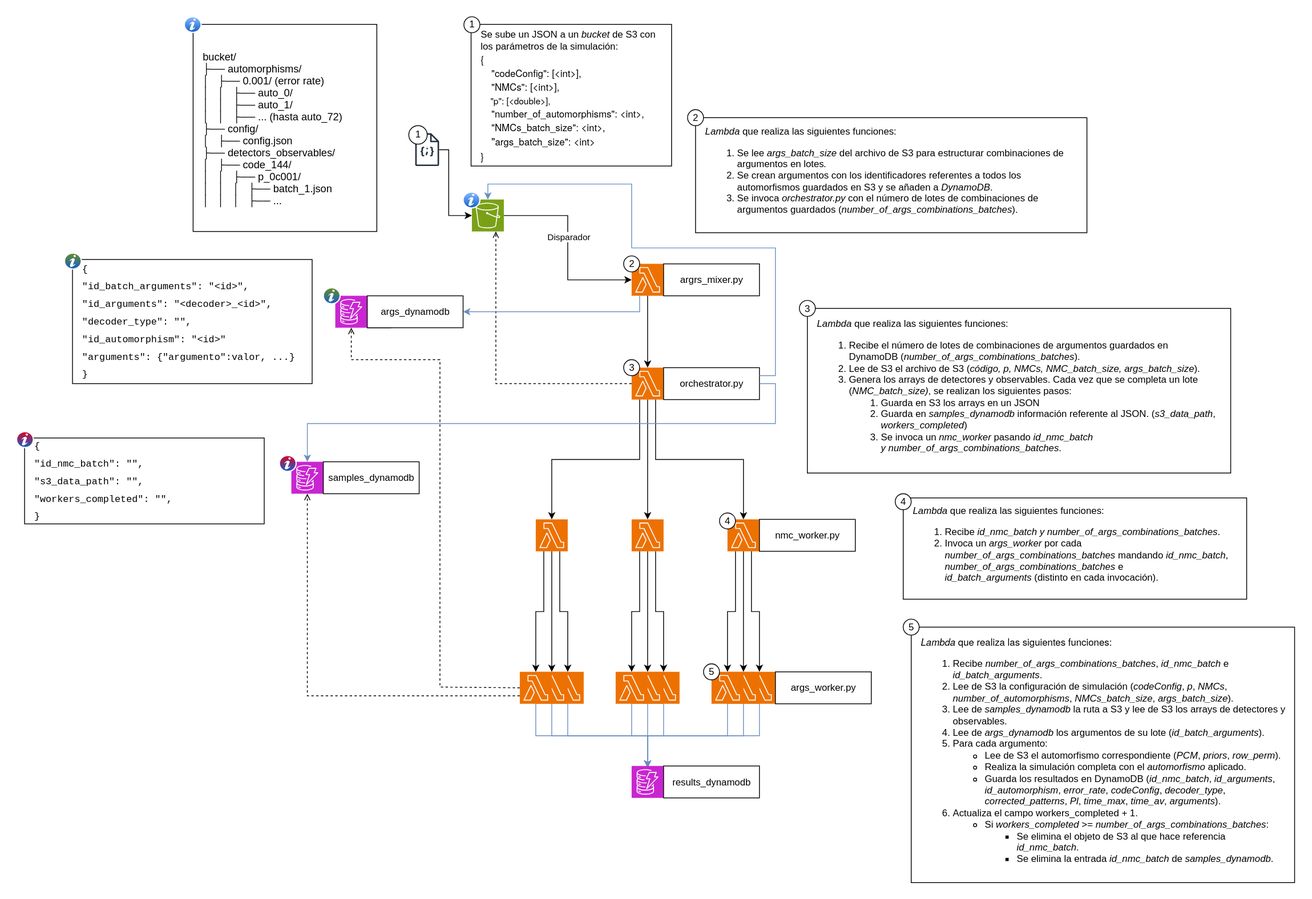
This is docs/Arquitectura_automorfismos.svg from pabloezquerroo/CuanticaDistribuida, a draw.io export, as it was before one commit. Source tidied: cells renumbered, new cells last; positions are measured from the earlier drawing's top-left corner, leaving out a move shared by most shapes.
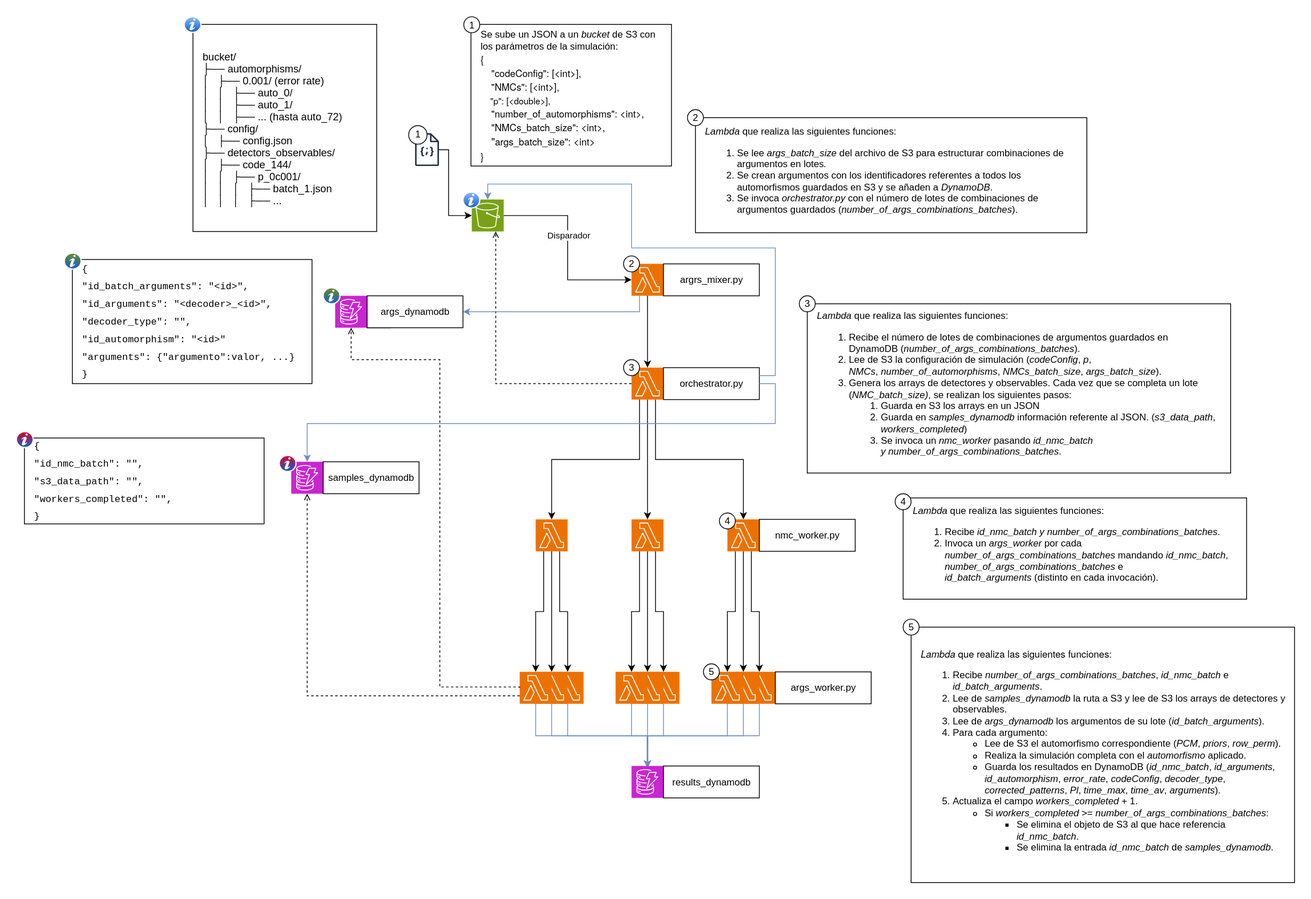
The same diagram one commit later.

What changed in the source:
```diff
@@ -50,11 +50,11 @@
     <mxCell id="17" value="1" style="ellipse;whiteSpace=wrap;html=1;" parent="1" vertex="1">
       <mxGeometry x="560" y="0.5" width="20" height="20" as="geometry" />
     </mxCell>
-    <mxCell id="18" value="&lt;div&gt;&lt;i&gt;Lambda&lt;/i&gt; que realiza las siguientes funciones:&lt;/div&gt;&lt;div&gt;&lt;ol&gt;&lt;li&gt;Recibe el número de lotes de combinaciones de argumentos guardados en DynamoDB&amp;nbsp;(&lt;i&gt;number_of_args_combinations_batches&lt;/i&gt;).&lt;/li&gt;&lt;li&gt;Lee de S3 el archivo de S3 (&lt;i&gt;código, p, NMCs,&amp;nbsp;&lt;/i&gt;&lt;i&gt;NMC_batch_size, args_batch_size&lt;/i&gt;).&lt;/li&gt;&lt;li&gt;Genera los arrays de detectores y observables. Cada vez que se completa un lote (&lt;i&gt;NMC_batch_size)&lt;/i&gt;, se realizan los siguientes pasos:&lt;/li&gt;&lt;ol&gt;&lt;li&gt;Guarda en S3 los arrays en un JSON&amp;nbsp;&lt;/li&gt;&lt;li&gt;Guarda en &lt;i&gt;samples_dynamodb &lt;/i&gt;información referente al JSON. (&lt;span style=&quot;white-space-collapse: preserve;&quot;&gt;&lt;font style=&quot;color: rgb(0, 0, 0);&quot; face=&quot;Helvetica&quot;&gt;&lt;i&gt;s3_data_path&lt;/i&gt;,&lt;i&gt; workers_completed&lt;/i&gt;&lt;/font&gt;&lt;/span&gt;)&lt;/li&gt;&lt;li&gt;Se invoca un &lt;i style=&quot;background-color: transparent; color: light-dark(rgb(0, 0, 0), rgb(255, 255, 255));&quot;&gt;nmc_worker&lt;/i&gt;&lt;span style=&quot;background-color: transparent; color: light-dark(rgb(0, 0, 0), rgb(255, 255, 255));&quot;&gt;&amp;nbsp;pasando&amp;nbsp;&lt;/span&gt;&lt;i style=&quot;background-color: transparent; color: light-dark(rgb(0, 0, 0), rgb(255, 255, 255));&quot;&gt;id_nmc_batch y&amp;nbsp;&lt;/i&gt;&lt;span style=&quot;background-color: transparent; color: light-dark(rgb(0, 0, 0), rgb(255, 255, 255));&quot;&gt;&lt;i&gt;number_of_args_combinations_batches&lt;/i&gt;.&lt;br&gt;&lt;/span&gt;&lt;/li&gt;&lt;/ol&gt;&lt;/ol&gt;&lt;/div&gt;" style="rounded=0;whiteSpace=wrap;html=1;align=left;spacing=12;" parent="1" vertex="1">
-      <mxGeometry x="990" y="365.8" width="530" height="206.2" as="geometry" />
+    <mxCell id="18" value="&lt;div&gt;&lt;i&gt;Lambda&lt;/i&gt; que realiza las siguientes funciones:&lt;/div&gt;&lt;div&gt;&lt;ol&gt;&lt;li&gt;Recibe el número de lotes de combinaciones de argumentos guardados en DynamoDB&amp;nbsp;(&lt;i&gt;number_of_args_combinations_batches&lt;/i&gt;).&lt;/li&gt;&lt;li&gt;&lt;span style=&quot;background-color: transparent; color: light-dark(rgb(0, 0, 0), rgb(255, 255, 255));&quot;&gt;Lee de S3 la configuración de simulación (&lt;i&gt;codeConfig&lt;/i&gt;, &lt;i&gt;p&lt;/i&gt;, &lt;i&gt;NMCs&lt;/i&gt;,&amp;nbsp;&lt;i&gt;number_of_automorphisms&lt;/i&gt;,&lt;i&gt;&amp;nbsp;NMCs_batch_size&lt;/i&gt;,&amp;nbsp;&lt;i&gt;args_batch_size&lt;/i&gt;).&lt;/span&gt;&lt;/li&gt;&lt;li&gt;Genera los arrays de detectores y observables. Cada vez que se completa un lote (&lt;i&gt;NMC_batch_size)&lt;/i&gt;, se realizan los siguientes pasos:&lt;/li&gt;&lt;ol&gt;&lt;li&gt;Guarda en S3 los arrays en un JSON&amp;nbsp;&lt;/li&gt;&lt;li&gt;Guarda en &lt;i&gt;samples_dynamodb &lt;/i&gt;información referente al JSON. (&lt;span style=&quot;white-space-collapse: preserve;&quot;&gt;&lt;font style=&quot;color: rgb(0, 0, 0);&quot; face=&quot;Helvetica&quot;&gt;&lt;i&gt;s3_data_path&lt;/i&gt;,&lt;i&gt; workers_completed&lt;/i&gt;&lt;/font&gt;&lt;/span&gt;)&lt;/li&gt;&lt;li&gt;Se invoca un &lt;i style=&quot;background-color: transparent; color: light-dark(rgb(0, 0, 0), rgb(255, 255, 255));&quot;&gt;nmc_worker&lt;/i&gt;&lt;span style=&quot;background-color: transparent; color: light-dark(rgb(0, 0, 0), rgb(255, 255, 255));&quot;&gt;&amp;nbsp;pasando&amp;nbsp;&lt;/span&gt;&lt;i style=&quot;background-color: transparent; color: light-dark(rgb(0, 0, 0), rgb(255, 255, 255));&quot;&gt;id_nmc_batch y&amp;nbsp;&lt;/i&gt;&lt;span style=&quot;background-color: transparent; color: light-dark(rgb(0, 0, 0), rgb(255, 255, 255));&quot;&gt;&lt;i&gt;number_of_args_combinations_batches&lt;/i&gt;.&lt;br&gt;&lt;/span&gt;&lt;/li&gt;&lt;/ol&gt;&lt;/ol&gt;&lt;/div&gt;" style="rounded=0;whiteSpace=wrap;html=1;align=left;spacing=12;" parent="1" vertex="1">
+      <mxGeometry x="990" y="360" width="530" height="212" as="geometry" />
     </mxCell>
     <mxCell id="19" value="3" style="ellipse;whiteSpace=wrap;html=1;" parent="1" vertex="1">
-      <mxGeometry x="980" y="355.8" width="20" height="20" as="geometry" />
+      <mxGeometry x="980" y="350" width="20" height="20" as="geometry" />
     </mxCell>
     <mxCell id="20" value="&lt;i&gt;Lambda&lt;/i&gt; que realiza las siguientes funciones:&lt;div&gt;&lt;ol&gt;&lt;li&gt;Recibe&amp;nbsp;&lt;i&gt;id_nmc_batch y&amp;nbsp;&lt;/i&gt;&lt;i&gt;number_of_args_combinations_batches&lt;/i&gt;.&lt;/li&gt;&lt;li&gt;Invoca un&amp;nbsp;&lt;i&gt;args_worker&amp;nbsp;&lt;/i&gt;por cada &lt;i&gt;number_of_args_combinations_batches&lt;/i&gt; mandando &lt;i&gt;id_nmc_batch&lt;/i&gt;, &lt;i&gt;number_of_args_combinations_batches&lt;/i&gt; e &lt;i&gt;id_batch_arguments&amp;nbsp;&lt;/i&gt;(distinto en cada invocación).&lt;/li&gt;&lt;/ol&gt;&lt;/div&gt;" style="rounded=0;whiteSpace=wrap;html=1;align=left;spacing=12;" parent="1" vertex="1">
       <mxGeometry x="1110" y="603.1" width="430" height="126.9" as="geometry" />
@@ -87,7 +87,7 @@
     <mxCell id="28" style="edgeStyle=orthogonalEdgeStyle;rounded=0;jettySize=auto;html=1;exitX=0.25;exitY=1;exitDx=0;exitDy=0;exitPerimeter=0;entryX=0.5;entryY=0;entryDx=0;entryDy=0;entryPerimeter=0;" parent="1" edge="1" source="7" target="12">
       <mxGeometry relative="1" as="geometry" />
     </mxCell>
-    <mxCell id="29" value="&lt;font style=&quot;font-size: 12px;&quot;&gt;&lt;span style=&quot;color: light-dark(rgb(0, 0, 0), rgb(255, 255, 255)); background-color: transparent; font-family: &amp;quot;Helvetica Neue&amp;quot;;&quot;&gt;&lt;i&gt;Lambda&lt;/i&gt; que realiza las siguientes funciones:&lt;/span&gt;&lt;br&gt;&lt;/font&gt;&lt;ol&gt;&lt;li&gt;&lt;span style=&quot;background-color: transparent; color: light-dark(rgb(0, 0, 0), rgb(255, 255, 255));&quot;&gt;&lt;font style=&quot;font-size: 12px;&quot;&gt;Recibe &lt;i&gt;number_of_args_combinations_batches&lt;/i&gt;, &lt;i&gt;id_nmc_batch&lt;/i&gt; e &lt;i&gt;id_batch_arguments&lt;/i&gt;.&lt;/font&gt;&lt;/span&gt;&lt;/li&gt;&lt;li&gt;&lt;span style=&quot;background-color: transparent; color: light-dark(rgb(0, 0, 0), rgb(255, 255, 255));&quot;&gt;Lee de S3 la configuración de simulación (&lt;i&gt;codeConfig&lt;/i&gt;, &lt;i&gt;p&lt;/i&gt;,&lt;i&gt; NMCs&lt;/i&gt;, &lt;i&gt;number_of_automorphisms&lt;/i&gt;,&lt;i&gt; NMCs_batch_size&lt;/i&gt;, &lt;i&gt;args_batch_size&lt;/i&gt;).&lt;/span&gt;&lt;/li&gt;&lt;li&gt;&lt;span style=&quot;background-color: transparent; color: light-dark(rgb(0, 0, 0), rgb(255, 255, 255));&quot;&gt;Lee de &lt;i&gt;samples_dynamodb&lt;/i&gt; la ruta a S3 y lee de S3 los arrays de detectores y observables.&lt;/span&gt;&lt;/li&gt;&lt;li&gt;&lt;span style=&quot;background-color: transparent; color: light-dark(rgb(0, 0, 0), rgb(255, 255, 255));&quot;&gt;Lee de &lt;i&gt;args_dynamodb&lt;/i&gt; los argumentos de su lote (&lt;i&gt;id_batch_arguments&lt;/i&gt;).&lt;/span&gt;&lt;/li&gt;&lt;li&gt;&lt;span style=&quot;background-color: transparent; color: light-dark(rgb(0, 0, 0), rgb(255, 255, 255));&quot;&gt;Para cada argumento:&lt;/span&gt;&lt;/li&gt;&lt;ul&gt;&lt;li&gt;Lee de S3 el automorfismo correspondiente (&lt;i&gt;PCM&lt;/i&gt;, &lt;i&gt;priors&lt;/i&gt;, &lt;i&gt;row_perm&lt;/i&gt;).&lt;/li&gt;&lt;li&gt;Realiza la simulación completa con el &lt;i&gt;automorfismo&lt;/i&gt; aplicado.&lt;/li&gt;&lt;li&gt;Guarda los resultados en DynamoDB (&lt;i&gt;id_nmc_batch&lt;/i&gt;, &lt;i&gt;id_arguments&lt;/i&gt;, &lt;i&gt;id_automorphism&lt;/i&gt;, &lt;i&gt;error_rate&lt;/i&gt;, &lt;i&gt;codeConfig&lt;/i&gt;, &lt;i&gt;decoder_type&lt;/i&gt;, &lt;i&gt;corrected_patterns&lt;/i&gt;, &lt;i&gt;Pl&lt;/i&gt;, &lt;i&gt;time_max&lt;/i&gt;, &lt;i&gt;time_av&lt;/i&gt;, &lt;i&gt;arguments&lt;/i&gt;).&lt;br&gt;&lt;/li&gt;&lt;/ul&gt;&lt;li&gt;&lt;span style=&quot;background-color: transparent; color: light-dark(rgb(0, 0, 0), rgb(255, 255, 255));&quot;&gt;Actualiza el campo workers_completed + 1.&lt;/span&gt;&lt;/li&gt;&lt;ul&gt;&lt;li&gt;&lt;span style=&quot;background-color: transparent; color: light-dark(rgb(0, 0, 0), rgb(255, 255, 255));&quot;&gt;Si &lt;i&gt;workers_completed&lt;/i&gt; &amp;gt;= &lt;i&gt;number_of_args_combinations_batches&lt;/i&gt;:&lt;/span&gt;&lt;/li&gt;&lt;/ul&gt;&lt;ol&gt;&lt;ul&gt;&lt;li&gt;&lt;span style=&quot;background-color: transparent; color: light-dark(rgb(0, 0, 0), rgb(255, 255, 255));&quot;&gt;Se elimina el objeto de S3 al que hace referencia &lt;i&gt;id_nmc_batch&lt;/i&gt;.&lt;/span&gt;&lt;/li&gt;&lt;li&gt;&lt;span style=&quot;background-color: transparent; color: light-dark(rgb(0, 0, 0), rgb(255, 255, 255));&quot;&gt;Se elimina la entrada &lt;i&gt;id_nmc_batch&lt;/i&gt; de &lt;i&gt;samples_dynamodb&lt;/i&gt;.&lt;/span&gt;&lt;/li&gt;&lt;/ul&gt;&lt;/ol&gt;&lt;/ol&gt;" style="rounded=0;whiteSpace=wrap;html=1;align=left;spacing=12;" parent="1" vertex="1">
+    <mxCell id="29" value="&lt;font style=&quot;font-size: 12px;&quot;&gt;&lt;span style=&quot;color: light-dark(rgb(0, 0, 0), rgb(255, 255, 255)); background-color: transparent; font-family: &amp;quot;Helvetica Neue&amp;quot;;&quot;&gt;&lt;i&gt;Lambda&lt;/i&gt; que realiza las siguientes funciones:&lt;/span&gt;&lt;br&gt;&lt;/font&gt;&lt;ol&gt;&lt;li&gt;&lt;span style=&quot;background-color: transparent; color: light-dark(rgb(0, 0, 0), rgb(255, 255, 255));&quot;&gt;&lt;font style=&quot;font-size: 12px;&quot;&gt;Recibe &lt;i&gt;number_of_args_combinations_batches&lt;/i&gt;, &lt;i&gt;id_nmc_batch&lt;/i&gt; e &lt;i&gt;id_batch_arguments&lt;/i&gt;.&lt;/font&gt;&lt;/span&gt;&lt;/li&gt;&lt;li&gt;&lt;span style=&quot;background-color: transparent; color: light-dark(rgb(0, 0, 0), rgb(255, 255, 255));&quot;&gt;Lee de &lt;i&gt;samples_dynamodb&lt;/i&gt; la ruta a S3 y lee de S3 los arrays de detectores y observables.&lt;/span&gt;&lt;/li&gt;&lt;li&gt;&lt;span style=&quot;background-color: transparent; color: light-dark(rgb(0, 0, 0), rgb(255, 255, 255));&quot;&gt;Lee de &lt;i&gt;args_dynamodb&lt;/i&gt; los argumentos de su lote (&lt;i&gt;id_batch_arguments&lt;/i&gt;).&lt;/span&gt;&lt;/li&gt;&lt;li&gt;&lt;span style=&quot;background-color: transparent; color: light-dark(rgb(0, 0, 0), rgb(255, 255, 255));&quot;&gt;Para cada argumento:&lt;/span&gt;&lt;/li&gt;&lt;ul&gt;&lt;li&gt;Lee de S3 el automorfismo correspondiente (&lt;i&gt;PCM&lt;/i&gt;, &lt;i&gt;priors&lt;/i&gt;, &lt;i&gt;row_perm&lt;/i&gt;).&lt;/li&gt;&lt;li&gt;Realiza la simulación completa con el &lt;i&gt;automorfismo&lt;/i&gt; aplicado.&lt;/li&gt;&lt;li&gt;Guarda los resultados en DynamoDB (&lt;i&gt;id_nmc_batch&lt;/i&gt;, &lt;i&gt;id_arguments&lt;/i&gt;, &lt;i&gt;id_automorphism&lt;/i&gt;, &lt;i&gt;error_rate&lt;/i&gt;, &lt;i&gt;codeConfig&lt;/i&gt;, &lt;i&gt;decoder_type&lt;/i&gt;, &lt;i&gt;corrected_patterns&lt;/i&gt;, &lt;i&gt;Pl&lt;/i&gt;, &lt;i&gt;time_max&lt;/i&gt;, &lt;i&gt;time_av&lt;/i&gt;, &lt;i&gt;arguments&lt;/i&gt;).&lt;br&gt;&lt;/li&gt;&lt;/ul&gt;&lt;li&gt;&lt;span style=&quot;background-color: transparent; color: light-dark(rgb(0, 0, 0), rgb(255, 255, 255));&quot;&gt;Actualiza el campo &lt;i&gt;workers_completed&lt;/i&gt; + 1.&lt;/span&gt;&lt;/li&gt;&lt;ul&gt;&lt;li&gt;&lt;span style=&quot;background-color: transparent; color: light-dark(rgb(0, 0, 0), rgb(255, 255, 255));&quot;&gt;Si &lt;i&gt;workers_completed&lt;/i&gt; &amp;gt;= &lt;i&gt;number_of_args_combinations_batches&lt;/i&gt;:&lt;/span&gt;&lt;/li&gt;&lt;/ul&gt;&lt;ol&gt;&lt;ul&gt;&lt;li&gt;&lt;span style=&quot;background-color: transparent; color: light-dark(rgb(0, 0, 0), rgb(255, 255, 255));&quot;&gt;Se elimina el objeto de S3 al que hace referencia &lt;i&gt;id_nmc_batch&lt;/i&gt;.&lt;/span&gt;&lt;/li&gt;&lt;li&gt;&lt;span style=&quot;background-color: transparent; color: light-dark(rgb(0, 0, 0), rgb(255, 255, 255));&quot;&gt;Se elimina la entrada &lt;i&gt;id_nmc_batch&lt;/i&gt; de &lt;i&gt;samples_dynamodb&lt;/i&gt;.&lt;/span&gt;&lt;/li&gt;&lt;/ul&gt;&lt;/ol&gt;&lt;/ol&gt;" style="rounded=0;whiteSpace=wrap;html=1;align=left;spacing=12;" parent="1" vertex="1">
       <mxGeometry x="1120" y="765" width="480" height="320" as="geometry" />
     </mxCell>
     <mxCell id="30" value="5" style="ellipse;whiteSpace=wrap;html=1;" parent="1" vertex="1">
```
